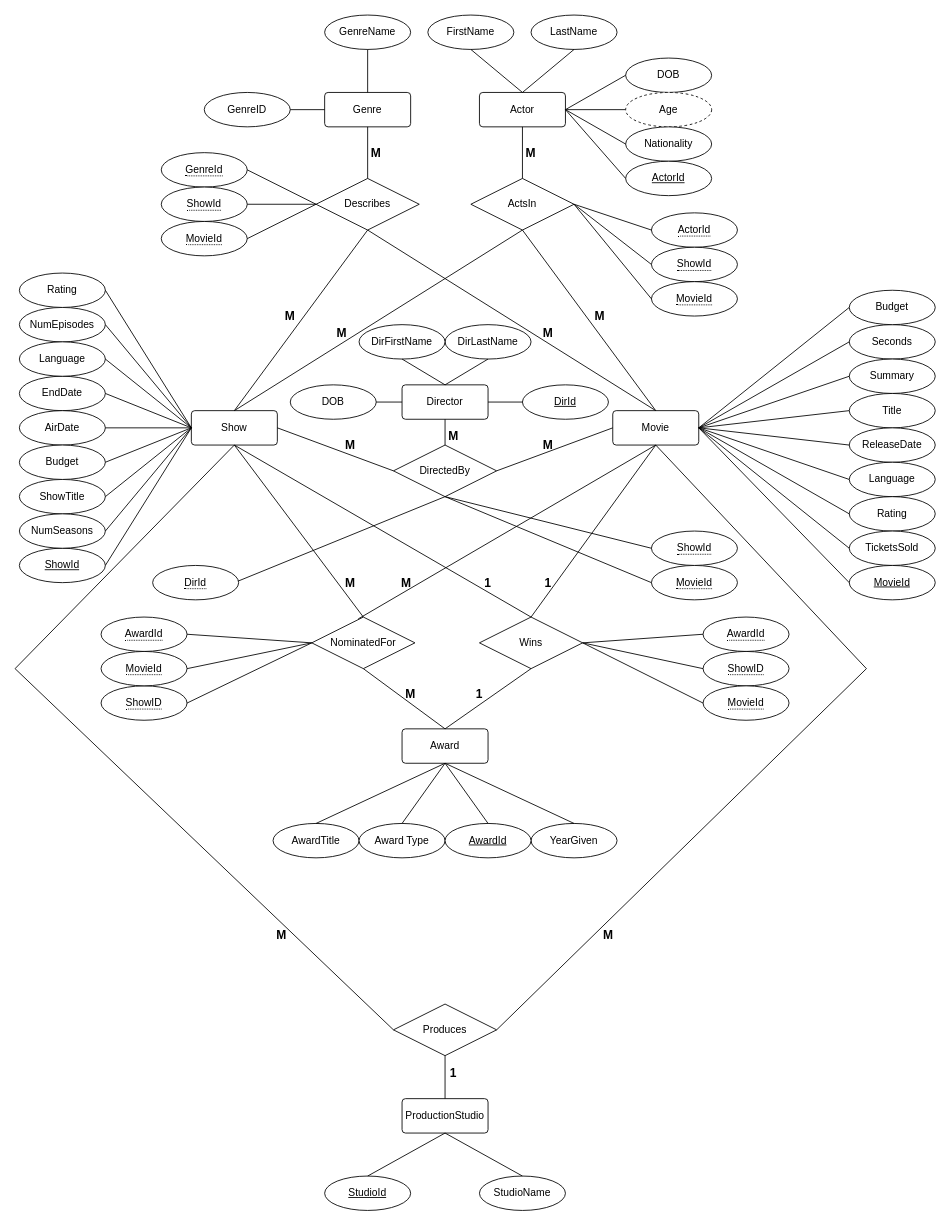
Above: initialProjDoc/erDiagram.drawio in jff97/movieWebDatabase (draw.io), before the change. Source tidied: cells renumbered, new cells numbered last; positions are measured from the earlier drawing's top-left corner, leaving out a move shared by most shapes. Both pictures are drawn from the tidied source at 86%, with x=0, y=0 at pixel (15, 15).
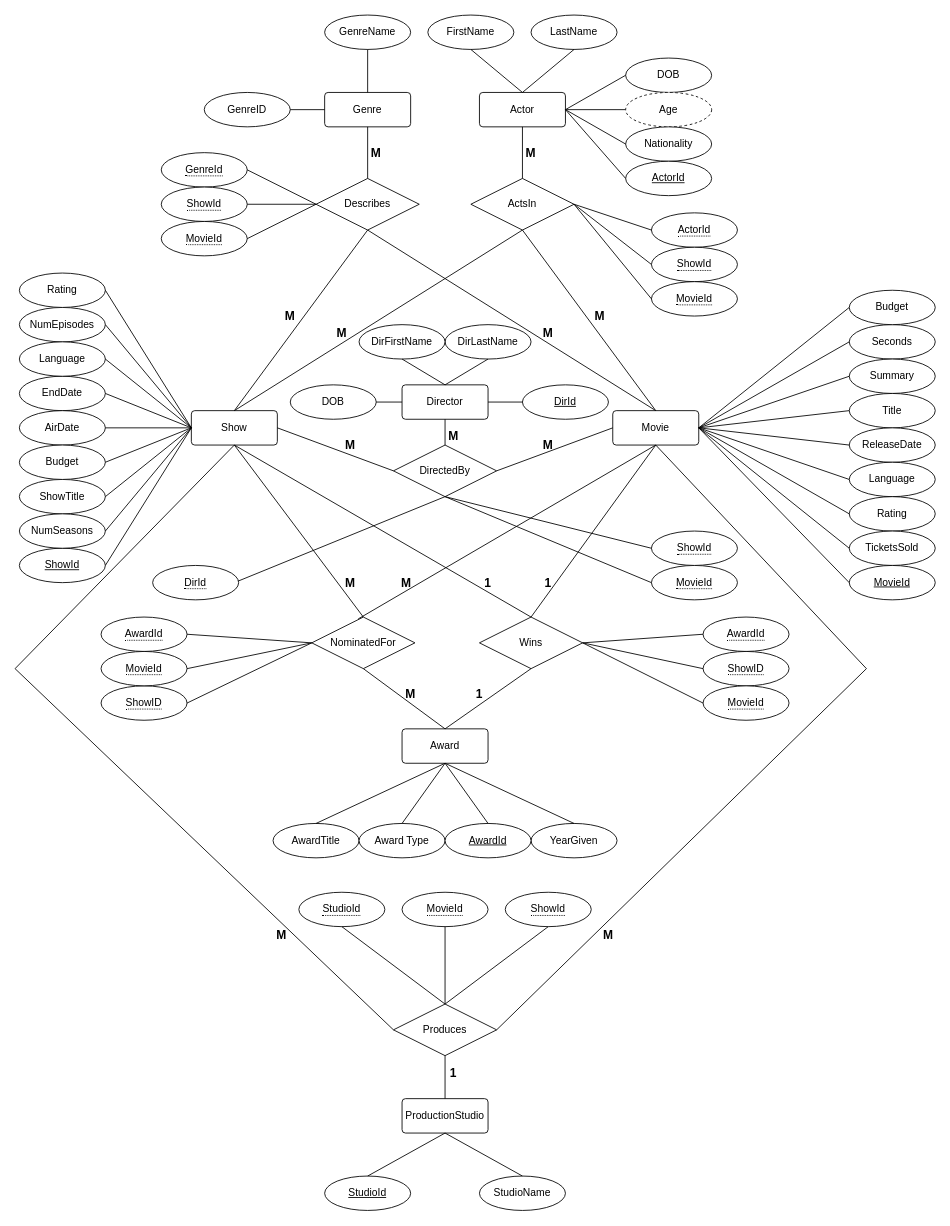
After the change.

Commit message (it also covers changes not shown here):
wrote desctiptions of the attributes

The change refers to these unchanged cells:
```xml
<mxCell id="145" value="Produces" style="shape=rhombus;perimeter=rhombusPerimeter;whiteSpace=wrap;html=1;align=center;" parent="1" vertex="1">
  <mxGeometry x="440" y="1150" width="120" height="60" as="geometry" />
</mxCell>
```

The edit, as a diff of the source:
```diff
@@
+    <mxCell id="154" value="&lt;span style=&quot;border-bottom: 1px dotted&quot;&gt;StudioId&lt;/span&gt;" style="ellipse;whiteSpace=wrap;html=1;align=center;" parent="1" vertex="1">
+      <mxGeometry x="330" y="1020" width="100" height="40" as="geometry" />
+    </mxCell>
+    <mxCell id="155" value="&lt;span style=&quot;border-bottom: 1px dotted&quot;&gt;MovieId&lt;/span&gt;" style="ellipse;whiteSpace=wrap;html=1;align=center;" parent="1" vertex="1">
+      <mxGeometry x="450" y="1020" width="100" height="40" as="geometry" />
+    </mxCell>
+    <mxCell id="156" value="&lt;span style=&quot;border-bottom: 1px dotted&quot;&gt;ShowId&lt;/span&gt;" style="ellipse;whiteSpace=wrap;html=1;align=center;" parent="1" vertex="1">
+      <mxGeometry x="570" y="1020" width="100" height="40" as="geometry" />
+    </mxCell>
+    <mxCell id="157" style="endArrow=none;html=1;rounded=0;exitX=0.5;exitY=1;exitDx=0;exitDy=0;entryX=0.5;entryY=0;entryDx=0;entryDy=0;" parent="1" edge="1" source="154" target="145">
+      <mxGeometry relative="1" as="geometry" />
+    </mxCell>
+    <mxCell id="158" style="endArrow=none;html=1;rounded=0;exitX=0.5;exitY=1;exitDx=0;exitDy=0;entryX=0.5;entryY=0;entryDx=0;entryDy=0;" parent="1" edge="1" source="155" target="145">
+      <mxGeometry relative="1" as="geometry" />
+    </mxCell>
+    <mxCell id="159" style="endArrow=none;html=1;rounded=0;exitX=0.5;exitY=1;exitDx=0;exitDy=0;entryX=0.5;entryY=0;entryDx=0;entryDy=0;" parent="1" edge="1" source="156" target="145">
+      <mxGeometry relative="1" as="geometry" />
+    </mxCell>
```
